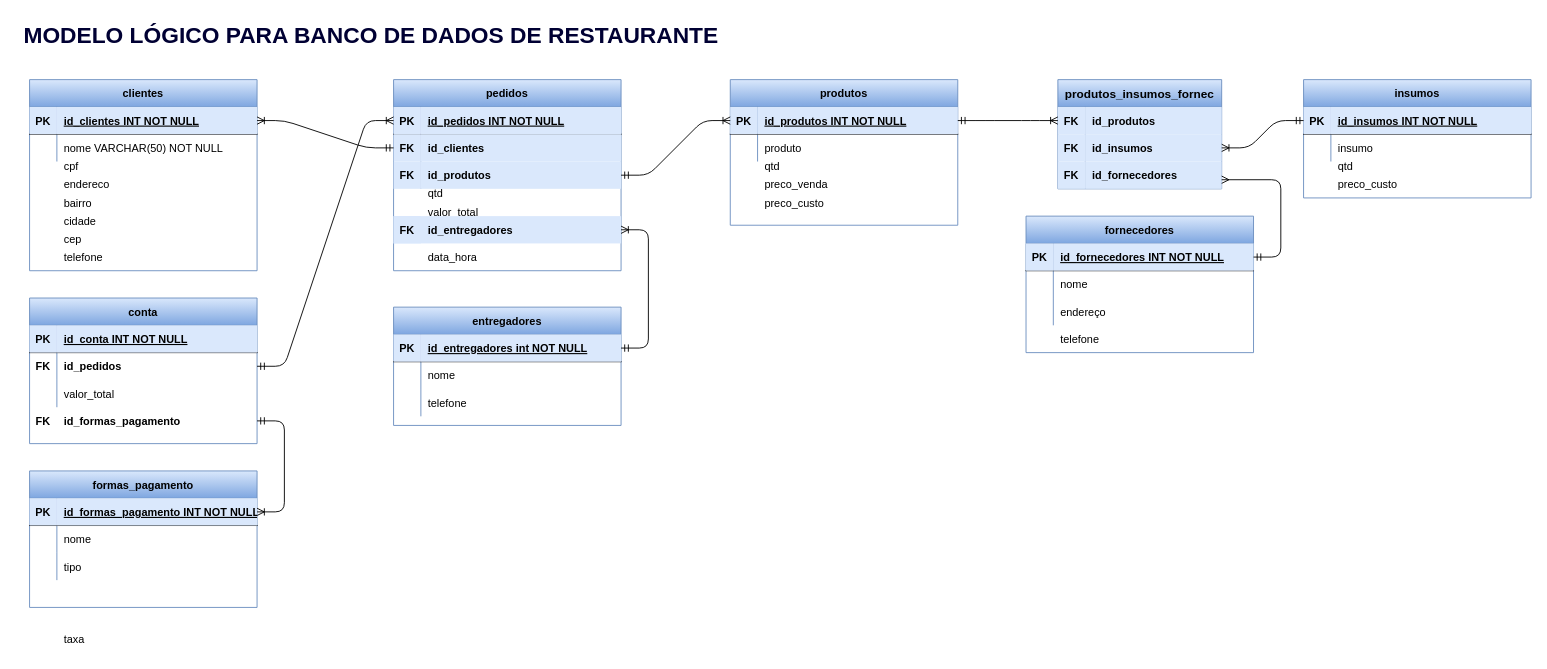
This is bancoDeDados1/d16-06-21-checkpoint-modelo-logico/restaurante.drawio from diego-mesiano/ctdDigitalHouse, a draw.io file, before an edit. Source tidied: cells renumbered, new cells numbered last; positions are measured from the earlier drawing's top-left corner, leaving out a move shared by most shapes. Both pictures are drawn from the tidied source at 91%, with x=0, y=0 at pixel (15, 15).
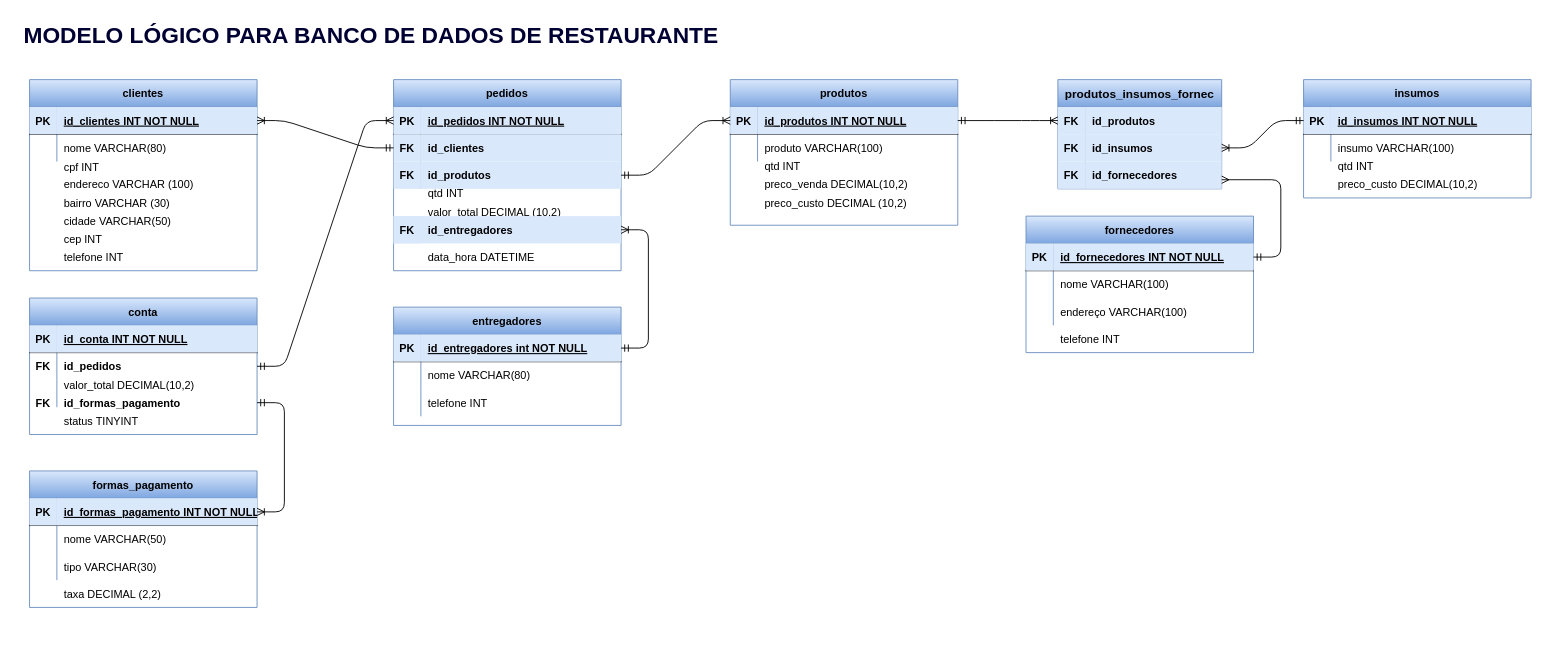
Above is the later version.

Commit message:
conclusão checkpoint modelo lógico

The change refers to these unchanged cells:
```xml
<mxCell id="16" style="shape=partialRectangle;fillColor=none;top=0;left=0;right=0;bottom=0;" parent="12" vertex="1">
  <mxGeometry y="60" width="250" height="30" as="geometry" />
</mxCell>
<mxCell id="23" style="shape=partialRectangle;fillColor=none;top=0;left=0;right=0;bottom=0;" parent="19" vertex="1">
  <mxGeometry y="60" width="250" height="30" as="geometry" />
</mxCell>
<mxCell id="30" style="shape=partialRectangle;fillColor=none;top=0;left=0;right=0;bottom=0;" parent="26" vertex="1">
  <mxGeometry y="60" width="250" height="30" as="geometry" />
</mxCell>
<mxCell id="33" style="shape=partialRectangle;fillColor=none;top=0;left=0;right=0;bottom=0;" parent="26" vertex="1">
  <mxGeometry y="90" width="250" height="30" as="geometry" />
</mxCell>
<mxCell id="40" style="shape=partialRectangle;fillColor=none;top=0;left=0;right=0;bottom=0;" parent="36" vertex="1">
  <mxGeometry y="60" width="250" height="30" as="geometry" />
</mxCell>
<mxCell id="43" style="shape=partialRectangle;fillColor=none;top=0;left=0;right=0;bottom=0;" parent="36" vertex="1">
  <mxGeometry y="90" width="250" height="30" as="geometry" />
</mxCell>
<mxCell id="56" style="shape=partialRectangle;fillColor=none;top=0;left=0;right=0;bottom=0;" parent="1" vertex="1">
  <mxGeometry x="15" y="170" width="250" height="30" as="geometry" />
</mxCell>
<mxCell id="59" style="shape=partialRectangle;fillColor=none;top=0;left=0;right=0;bottom=0;" parent="1" vertex="1">
  <mxGeometry x="15" y="190" width="250" height="30" as="geometry" />
</mxCell>
<mxCell id="62" style="shape=partialRectangle;fillColor=none;top=0;left=0;right=0;bottom=0;" parent="1" vertex="1">
  <mxGeometry x="15" y="210" width="250" height="30" as="geometry" />
</mxCell>
<mxCell id="65" style="shape=partialRectangle;fillColor=none;top=0;left=0;right=0;bottom=0;" parent="1" vertex="1">
  <mxGeometry x="15" y="230" width="250" height="30" as="geometry" />
</mxCell>
<mxCell id="68" style="shape=partialRectangle;fillColor=none;top=0;left=0;right=0;bottom=0;" parent="1" vertex="1">
  <mxGeometry x="15" y="250" width="250" height="30" as="geometry" />
</mxCell>
<mxCell id="74" style="shape=partialRectangle;fillColor=none;top=0;left=0;right=0;bottom=0;" parent="1" vertex="1">
  <mxGeometry x="785" y="190" width="250" height="30" as="geometry" />
</mxCell>
<mxCell id="77" style="shape=partialRectangle;fillColor=none;top=0;left=0;right=0;bottom=0;" parent="1" vertex="1">
  <mxGeometry x="785" y="150" width="250" height="30" as="geometry" />
</mxCell>
<mxCell id="80" style="shape=partialRectangle;fillColor=none;top=0;left=0;right=0;bottom=0;" parent="1" vertex="1">
  <mxGeometry x="785" y="170" width="250" height="30" as="geometry" />
</mxCell>
<mxCell id="87" style="shape=partialRectangle;fillColor=none;top=0;left=0;right=0;bottom=0;" parent="83" vertex="1">
  <mxGeometry y="60" width="250" height="30" as="geometry" />
</mxCell>
<mxCell id="106" style="shape=partialRectangle;fillColor=none;top=0;left=0;right=0;bottom=0;" parent="1" vertex="1">
  <mxGeometry x="415" y="180" width="250" height="30" as="geometry" />
</mxCell>
<mxCell id="109" style="shape=partialRectangle;fillColor=none;top=0;left=0;right=0;bottom=0;" parent="1" vertex="1">
  <mxGeometry x="415" y="200" width="250" height="30" as="geometry" />
</mxCell>
<mxCell id="119" style="shape=partialRectangle;fillColor=none;top=0;left=0;right=0;bottom=0;" parent="1" vertex="1">
  <mxGeometry x="1110" y="340" width="250" height="30" as="geometry" />
</mxCell>
<mxCell id="139" style="shape=partialRectangle;fillColor=none;top=0;left=0;right=0;bottom=0;" parent="135" vertex="1">
  <mxGeometry y="60" width="250" height="30" as="geometry" />
</mxCell>
<mxCell id="142" style="shape=partialRectangle;fillColor=none;top=0;left=0;right=0;bottom=0;" parent="135" vertex="1">
  <mxGeometry y="90" width="250" height="30" as="geometry" />
</mxCell>
<mxCell id="152" style="shape=partialRectangle;fillColor=none;top=0;left=0;right=0;bottom=0;" parent="1" vertex="1">
  <mxGeometry x="415" y="250" width="250" height="30" as="geometry" />
</mxCell>
```

Diff of the diagram source:
```diff
@@
-    <mxCell id="18" value="produto" style="shape=partialRectangle;overflow=hidden;fillColor=none;top=0;left=0;bottom=0;right=0;align=left;spacingLeft=6;" parent="16" vertex="1">
+    <mxCell id="18" value="produto VARCHAR(100)" style="shape=partialRectangle;overflow=hidden;fillColor=none;top=0;left=0;bottom=0;right=0;align=left;spacingLeft=6;" parent="16" vertex="1">
       <mxGeometry x="30" width="220" height="30" as="geometry" />
     </mxCell>
@@
-    <mxCell id="25" value="nome VARCHAR(50) NOT NULL" style="shape=partialRectangle;overflow=hidden;fillColor=none;top=0;left=0;bottom=0;right=0;align=left;spacingLeft=6;" parent="23" vertex="1">
+    <mxCell id="25" value="nome VARCHAR(80)" style="shape=partialRectangle;overflow=hidden;fillColor=none;top=0;left=0;bottom=0;right=0;align=left;spacingLeft=6;" parent="23" vertex="1">
       <mxGeometry x="30" width="220" height="30" as="geometry" />
     </mxCell>
@@
-    <mxCell id="32" value="nome" style="shape=partialRectangle;overflow=hidden;fillColor=none;top=0;left=0;bottom=0;right=0;align=left;spacingLeft=6;" parent="30" vertex="1">
+    <mxCell id="32" value="nome VARCHAR(80)" style="shape=partialRectangle;overflow=hidden;fillColor=none;top=0;left=0;bottom=0;right=0;align=left;spacingLeft=6;" parent="30" vertex="1">
       <mxGeometry x="30" width="220" height="30" as="geometry" />
     </mxCell>
@@
-    <mxCell id="35" value="telefone" style="shape=partialRectangle;overflow=hidden;fillColor=none;top=0;left=0;bottom=0;right=0;align=left;spacingLeft=6;" parent="33" vertex="1">
+    <mxCell id="35" value="telefone INT" style="shape=partialRectangle;overflow=hidden;fillColor=none;top=0;left=0;bottom=0;right=0;align=left;spacingLeft=6;" parent="33" vertex="1">
       <mxGeometry x="30" width="220" height="30" as="geometry" />
     </mxCell>
@@
-    <mxCell id="42" value="nome" style="shape=partialRectangle;overflow=hidden;fillColor=none;top=0;left=0;bottom=0;right=0;align=left;spacingLeft=6;" parent="40" vertex="1">
+    <mxCell id="42" value="nome VARCHAR(100)" style="shape=partialRectangle;overflow=hidden;fillColor=none;top=0;left=0;bottom=0;right=0;align=left;spacingLeft=6;" parent="40" vertex="1">
       <mxGeometry x="30" width="220" height="30" as="geometry" />
     </mxCell>
@@
-    <mxCell id="45" value="endereço" style="shape=partialRectangle;overflow=hidden;fillColor=none;top=0;left=0;bottom=0;right=0;align=left;spacingLeft=6;" parent="43" vertex="1">
+    <mxCell id="45" value="endereço VARCHAR(100)" style="shape=partialRectangle;overflow=hidden;fillColor=none;top=0;left=0;bottom=0;right=0;align=left;spacingLeft=6;" parent="43" vertex="1">
       <mxGeometry x="30" width="220" height="30" as="geometry" />
     </mxCell>
     <mxCell id="46" value="conta" style="shape=table;startSize=30;childLayout=tableLayout;rowLines=0;fontStyle=1;align=center;gradientColor=#7ea6e0;fillColor=#dae8fc;strokeColor=#6c8ebf;" parent="1" vertex="1">
-      <mxGeometry x="15" y="310" width="250" height="160" as="geometry" />
+      <mxGeometry x="15" y="310" width="250" height="150" as="geometry" />
     </mxCell>
@@
-    <mxCell id="58" value="endereco" style="shape=partialRectangle;overflow=hidden;fillColor=none;top=0;left=0;bottom=0;right=0;align=left;spacingLeft=6;" parent="56" vertex="1">
+    <mxCell id="58" value="endereco VARCHAR (100)" style="shape=partialRectangle;overflow=hidden;fillColor=none;top=0;left=0;bottom=0;right=0;align=left;spacingLeft=6;" parent="56" vertex="1">
       <mxGeometry x="30" width="220" height="30" as="geometry" />
     </mxCell>
@@
-    <mxCell id="61" value="bairro" style="shape=partialRectangle;overflow=hidden;fillColor=none;top=0;left=0;bottom=0;right=0;align=left;spacingLeft=6;" parent="59" vertex="1">
+    <mxCell id="61" value="bairro VARCHAR (30)" style="shape=partialRectangle;overflow=hidden;fillColor=none;top=0;left=0;bottom=0;right=0;align=left;spacingLeft=6;" parent="59" vertex="1">
       <mxGeometry x="30" width="220" height="30" as="geometry" />
     </mxCell>
@@
-    <mxCell id="64" value="cidade" style="shape=partialRectangle;overflow=hidden;fillColor=none;top=0;left=0;bottom=0;right=0;align=left;spacingLeft=6;" parent="62" vertex="1">
+    <mxCell id="64" value="cidade VARCHAR(50)" style="shape=partialRectangle;overflow=hidden;fillColor=none;top=0;left=0;bottom=0;right=0;align=left;spacingLeft=6;" parent="62" vertex="1">
       <mxGeometry x="30" width="220" height="30" as="geometry" />
     </mxCell>
@@
-    <mxCell id="67" value="cep" style="shape=partialRectangle;overflow=hidden;fillColor=none;top=0;left=0;bottom=0;right=0;align=left;spacingLeft=6;" parent="65" vertex="1">
+    <mxCell id="67" value="cep INT" style="shape=partialRectangle;overflow=hidden;fillColor=none;top=0;left=0;bottom=0;right=0;align=left;spacingLeft=6;" parent="65" vertex="1">
       <mxGeometry x="30" width="220" height="30" as="geometry" />
     </mxCell>
@@
-    <mxCell id="70" value="telefone" style="shape=partialRectangle;overflow=hidden;fillColor=none;top=0;left=0;bottom=0;right=0;align=left;spacingLeft=6;" parent="68" vertex="1">
+    <mxCell id="70" value="telefone INT" style="shape=partialRectangle;overflow=hidden;fillColor=none;top=0;left=0;bottom=0;right=0;align=left;spacingLeft=6;" parent="68" vertex="1">
       <mxGeometry x="30" width="220" height="30" as="geometry" />
     </mxCell>
     <mxCell id="71" style="shape=partialRectangle;fillColor=none;top=0;left=0;right=0;bottom=0;" parent="1" vertex="1">
-      <mxGeometry x="15" y="150" width="250" height="30" as="geometry" />
+      <mxGeometry x="15" y="151" width="250" height="30" as="geometry" />
     </mxCell>
@@
-    <mxCell id="73" value="cpf" style="shape=partialRectangle;overflow=hidden;fillColor=none;top=0;left=0;bottom=0;right=0;align=left;spacingLeft=6;" parent="71" vertex="1">
+    <mxCell id="73" value="cpf INT" style="shape=partialRectangle;overflow=hidden;fillColor=none;top=0;left=0;bottom=0;right=0;align=left;spacingLeft=6;" parent="71" vertex="1">
       <mxGeometry x="30" width="220" height="30" as="geometry" />
     </mxCell>
@@
-    <mxCell id="76" value="preco_custo" style="shape=partialRectangle;overflow=hidden;fillColor=none;top=0;left=0;bottom=0;right=0;align=left;spacingLeft=6;" parent="74" vertex="1">
+    <mxCell id="76" value="preco_custo DECIMAL (10,2)" style="shape=partialRectangle;overflow=hidden;fillColor=none;top=0;left=0;bottom=0;right=0;align=left;spacingLeft=6;" parent="74" vertex="1">
       <mxGeometry x="30" width="220" height="30" as="geometry" />
     </mxCell>
@@
-    <mxCell id="79" value="qtd" style="shape=partialRectangle;overflow=hidden;fillColor=none;top=0;left=0;bottom=0;right=0;align=left;spacingLeft=6;" parent="77" vertex="1">
+    <mxCell id="79" value="qtd INT" style="shape=partialRectangle;overflow=hidden;fillColor=none;top=0;left=0;bottom=0;right=0;align=left;spacingLeft=6;" parent="77" vertex="1">
       <mxGeometry x="30" width="220" height="30" as="geometry" />
     </mxCell>
@@
-    <mxCell id="82" value="preco_venda" style="shape=partialRectangle;overflow=hidden;fillColor=none;top=0;left=0;bottom=0;right=0;align=left;spacingLeft=6;" parent="80" vertex="1">
+    <mxCell id="82" value="preco_venda DECIMAL(10,2)" style="shape=partialRectangle;overflow=hidden;fillColor=none;top=0;left=0;bottom=0;right=0;align=left;spacingLeft=6;" parent="80" vertex="1">
       <mxGeometry x="30" width="220" height="30" as="geometry" />
     </mxCell>
@@
-    <mxCell id="89" value="insumo" style="shape=partialRectangle;overflow=hidden;fillColor=none;top=0;left=0;bottom=0;right=0;align=left;spacingLeft=6;" parent="87" vertex="1">
+    <mxCell id="89" value="insumo VARCHAR(100)" style="shape=partialRectangle;overflow=hidden;fillColor=none;top=0;left=0;bottom=0;right=0;align=left;spacingLeft=6;" parent="87" vertex="1">
       <mxGeometry x="30" width="220" height="30" as="geometry" />
     </mxCell>
-    <mxCell id="90" value="qtd" style="shape=partialRectangle;overflow=hidden;fillColor=none;top=0;left=0;bottom=0;right=0;align=left;spacingLeft=6;" parent="1" vertex="1">
+    <mxCell id="90" value="qtd INT" style="shape=partialRectangle;overflow=hidden;fillColor=none;top=0;left=0;bottom=0;right=0;align=left;spacingLeft=6;" parent="1" vertex="1">
       <mxGeometry x="1445" y="150" width="220" height="30" as="geometry" />
     </mxCell>
-    <mxCell id="91" value="preco_custo" style="shape=partialRectangle;overflow=hidden;fillColor=none;top=0;left=0;bottom=0;right=0;align=left;spacingLeft=6;" parent="1" vertex="1">
+    <mxCell id="91" value="preco_custo DECIMAL(10,2)" style="shape=partialRectangle;overflow=hidden;fillColor=none;top=0;left=0;bottom=0;right=0;align=left;spacingLeft=6;" parent="1" vertex="1">
       <mxGeometry x="1445" y="170" width="220" height="30" as="geometry" />
     </mxCell>
@@
-    <mxCell id="108" value="qtd" style="shape=partialRectangle;overflow=hidden;fillColor=none;top=0;left=0;bottom=0;right=0;align=left;spacingLeft=6;" parent="106" vertex="1">
+    <mxCell id="108" value="qtd INT" style="shape=partialRectangle;overflow=hidden;fillColor=none;top=0;left=0;bottom=0;right=0;align=left;spacingLeft=6;" parent="106" vertex="1">
       <mxGeometry x="30" width="220" height="30" as="geometry" />
     </mxCell>
@@
-    <mxCell id="111" value="valor_total" style="shape=partialRectangle;overflow=hidden;fillColor=none;top=0;left=0;bottom=0;right=0;align=left;spacingLeft=6;" parent="109" vertex="1">
+    <mxCell id="111" value="valor_total DECIMAL (10,2)" style="shape=partialRectangle;overflow=hidden;fillColor=none;top=0;left=0;bottom=0;right=0;align=left;spacingLeft=6;" parent="109" vertex="1">
       <mxGeometry x="30" width="220" height="30" as="geometry" />
     </mxCell>
@@
-    <mxCell id="121" value="telefone" style="shape=partialRectangle;overflow=hidden;fillColor=none;top=0;left=0;bottom=0;right=0;align=left;spacingLeft=6;" parent="119" vertex="1">
+    <mxCell id="121" value="telefone INT" style="shape=partialRectangle;overflow=hidden;fillColor=none;top=0;left=0;bottom=0;right=0;align=left;spacingLeft=6;" parent="119" vertex="1">
       <mxGeometry x="30" width="220" height="30" as="geometry" />
     </mxCell>
@@
     <mxCell id="124" style="shape=partialRectangle;fillColor=none;top=0;left=0;right=0;bottom=0;" parent="1" vertex="1">
-      <mxGeometry x="15" y="400" width="250" height="30" as="geometry" />
+      <mxGeometry x="15" y="390" width="250" height="30" as="geometry" />
     </mxCell>
@@
-    <mxCell id="126" value="valor_total" style="shape=partialRectangle;overflow=hidden;fillColor=none;top=0;left=0;bottom=0;right=0;align=left;spacingLeft=6;" parent="124" vertex="1">
+    <mxCell id="126" value="valor_total DECIMAL(10,2)" style="shape=partialRectangle;overflow=hidden;fillColor=none;top=0;left=0;bottom=0;right=0;align=left;spacingLeft=6;" parent="124" vertex="1">
       <mxGeometry x="30" width="220" height="30" as="geometry" />
     </mxCell>
     <mxCell id="127" style="shape=partialRectangle;fillColor=none;points=[[0,0.5],[1,0.5]];portConstraint=eastwest;top=0;left=0;right=0;bottom=0;" parent="1" vertex="1">
-      <mxGeometry x="15" y="430" width="250" height="30" as="geometry" />
+      <mxGeometry x="15" y="410" width="250" height="30" as="geometry" />
     </mxCell>
@@
     <mxCell id="134" value="FK" style="shape=partialRectangle;overflow=hidden;fillColor=none;top=0;left=0;bottom=0;right=0;fontStyle=1;" parent="1" vertex="1">
-      <mxGeometry x="15" y="430" width="30" height="30" as="geometry" />
+      <mxGeometry x="15" y="410" width="30" height="30" as="geometry" />
     </mxCell>
@@
-    <mxCell id="141" value="nome" style="shape=partialRectangle;overflow=hidden;fillColor=none;top=0;left=0;bottom=0;right=0;align=left;spacingLeft=6;" parent="139" vertex="1">
+    <mxCell id="141" value="nome VARCHAR(50)" style="shape=partialRectangle;overflow=hidden;fillColor=none;top=0;left=0;bottom=0;right=0;align=left;spacingLeft=6;" parent="139" vertex="1">
       <mxGeometry x="30" width="220" height="30" as="geometry" />
     </mxCell>
@@
-    <mxCell id="144" value="tipo" style="shape=partialRectangle;overflow=hidden;fillColor=none;top=0;left=0;bottom=0;right=0;align=left;spacingLeft=6;" parent="142" vertex="1">
+    <mxCell id="144" value="tipo VARCHAR(30)" style="shape=partialRectangle;overflow=hidden;fillColor=none;top=0;left=0;bottom=0;right=0;align=left;spacingLeft=6;" parent="142" vertex="1">
       <mxGeometry x="30" width="220" height="30" as="geometry" />
     </mxCell>
-    <mxCell id="145" value="taxa" style="shape=partialRectangle;overflow=hidden;fillColor=none;top=0;left=0;bottom=0;right=0;align=left;spacingLeft=6;" parent="1" vertex="1">
-      <mxGeometry x="45" y="670" width="220" height="30" as="geometry" />
+    <mxCell id="145" value="taxa DECIMAL (2,2)" style="shape=partialRectangle;overflow=hidden;fillColor=none;top=0;left=0;bottom=0;right=0;align=left;spacingLeft=6;" parent="1" vertex="1">
+      <mxGeometry x="45" y="620" width="220" height="30" as="geometry" />
     </mxCell>
@@
-    <mxCell id="154" value="data_hora" style="shape=partialRectangle;overflow=hidden;fillColor=none;top=0;left=0;bottom=0;right=0;align=left;spacingLeft=6;" parent="152" vertex="1">
+    <mxCell id="154" value="data_hora DATETIME" style="shape=partialRectangle;overflow=hidden;fillColor=none;top=0;left=0;bottom=0;right=0;align=left;spacingLeft=6;" parent="152" vertex="1">
       <mxGeometry x="30" width="220" height="30" as="geometry" />
     </mxCell>
+    <mxCell id="155" style="shape=partialRectangle;fillColor=none;top=0;left=0;right=0;bottom=0;" parent="1" vertex="1">
+      <mxGeometry x="15" y="430" width="250" height="30" as="geometry" />
+    </mxCell>
+    <mxCell id="156" style="shape=partialRectangle;overflow=hidden;fillColor=none;top=0;left=0;bottom=0;right=0;" parent="155" vertex="1">
+      <mxGeometry width="30" height="30" as="geometry" />
+    </mxCell>
+    <mxCell id="157" value="status TINYINT" style="shape=partialRectangle;overflow=hidden;fillColor=none;top=0;left=0;bottom=0;right=0;align=left;spacingLeft=6;" parent="155" vertex="1">
+      <mxGeometry x="30" width="220" height="30" as="geometry" />
+    </mxCell>
```
